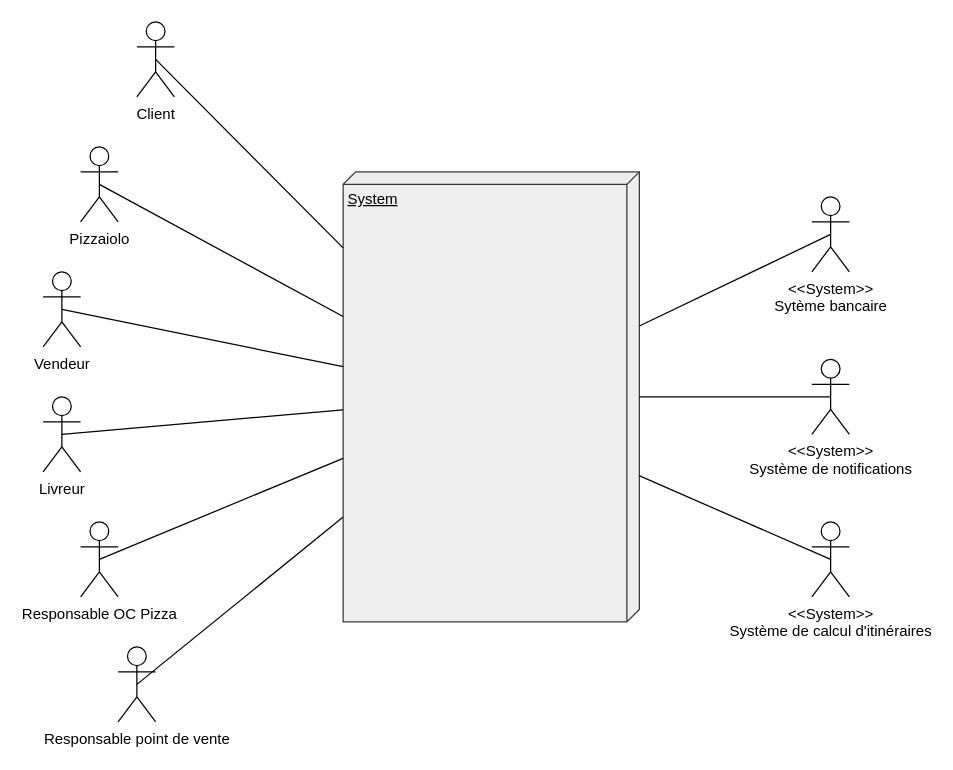
Above: Diagramme de contexte.drawio in vinsbld/OCP (draw.io), before the change. Source tidied: cells renumbered, new cells numbered last; positions are measured from the earlier drawing's top-left corner, leaving out a move shared by most shapes. Both pictures are drawn from the tidied source at 125%, with x=0, y=0 at pixel (42, 21).
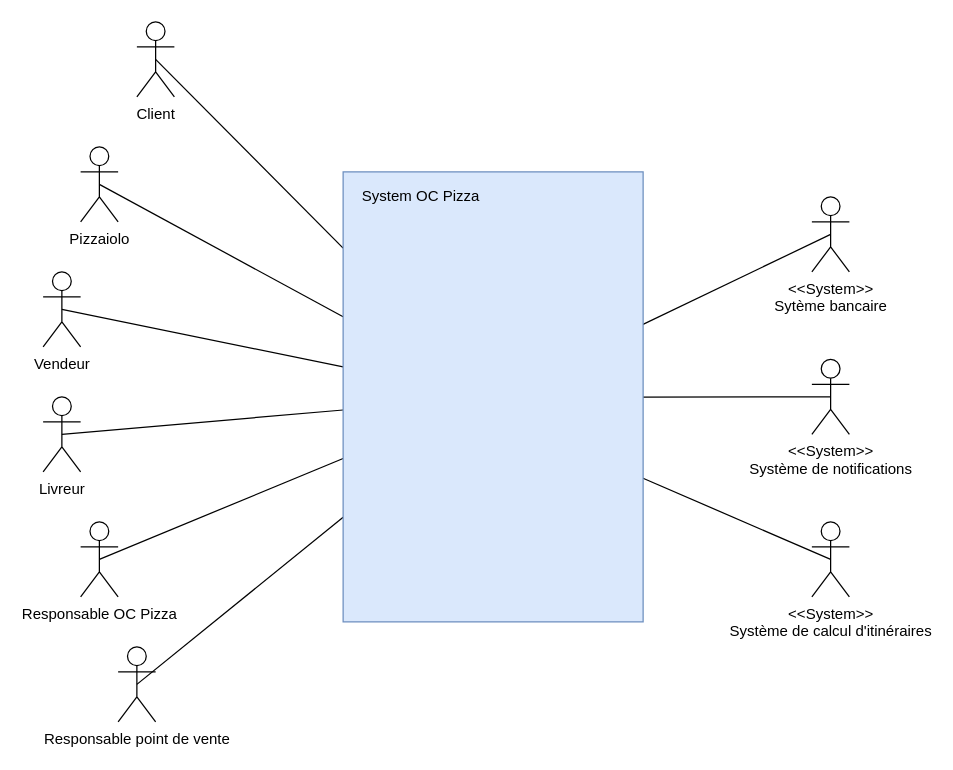
Above is the later version.

Unchanged cells that the change refers to:
```xml
<mxCell id="3" value="Client" style="shape=umlActor;verticalLabelPosition=bottom;labelBackgroundColor=#ffffff;verticalAlign=top;html=1;outlineConnect=0;" parent="1" vertex="1">
  <mxGeometry x="75" width="30" height="60" as="geometry" />
</mxCell>
<mxCell id="4" value="Responsable OC Pizza" style="shape=umlActor;verticalLabelPosition=bottom;labelBackgroundColor=#ffffff;verticalAlign=top;html=1;outlineConnect=0;" parent="1" vertex="1">
  <mxGeometry x="30" y="400" width="30" height="60" as="geometry" />
</mxCell>
<mxCell id="5" value="Responsable point de vente" style="shape=umlActor;verticalLabelPosition=bottom;labelBackgroundColor=#ffffff;verticalAlign=top;html=1;outlineConnect=0;" parent="1" vertex="1">
  <mxGeometry x="60" y="500" width="30" height="60" as="geometry" />
</mxCell>
<mxCell id="6" value="Pizzaiolo" style="shape=umlActor;verticalLabelPosition=bottom;labelBackgroundColor=#ffffff;verticalAlign=top;html=1;outlineConnect=0;" parent="1" vertex="1">
  <mxGeometry x="30" y="100" width="30" height="60" as="geometry" />
</mxCell>
<mxCell id="7" value="Vendeur" style="shape=umlActor;verticalLabelPosition=bottom;labelBackgroundColor=#ffffff;verticalAlign=top;html=1;outlineConnect=0;" parent="1" vertex="1">
  <mxGeometry y="200" width="30" height="60" as="geometry" />
</mxCell>
<mxCell id="8" value="Livreur" style="shape=umlActor;verticalLabelPosition=bottom;labelBackgroundColor=#ffffff;verticalAlign=top;html=1;outlineConnect=0;" parent="1" vertex="1">
  <mxGeometry y="300" width="30" height="60" as="geometry" />
</mxCell>
<mxCell id="9" value="&lt;div&gt;&amp;lt;&amp;lt;System&amp;gt;&amp;gt;&lt;/div&gt;&lt;div&gt;Sytème bancaire&lt;br&gt;&lt;/div&gt;" style="shape=umlActor;verticalLabelPosition=bottom;labelBackgroundColor=#ffffff;verticalAlign=top;html=1;outlineConnect=0;" parent="1" vertex="1">
  <mxGeometry x="615" y="140" width="30" height="60" as="geometry" />
</mxCell>
<mxCell id="10" value="&lt;div&gt;&amp;lt;&amp;lt;System&amp;gt;&amp;gt;&lt;/div&gt;&lt;div&gt;Système de notifications&lt;br&gt;&lt;/div&gt;" style="shape=umlActor;verticalLabelPosition=bottom;labelBackgroundColor=#ffffff;verticalAlign=top;html=1;outlineConnect=0;" parent="1" vertex="1">
  <mxGeometry x="615" y="270" width="30" height="60" as="geometry" />
</mxCell>
<mxCell id="19" value="&lt;div&gt;&amp;lt;&amp;lt;System&amp;gt;&amp;gt;&lt;/div&gt;&lt;div&gt;Système de calcul d'itinéraires&lt;br&gt;&lt;/div&gt;" style="shape=umlActor;verticalLabelPosition=bottom;labelBackgroundColor=#ffffff;verticalAlign=top;html=1;outlineConnect=0;" parent="1" vertex="1">
  <mxGeometry x="615" y="400" width="30" height="60" as="geometry" />
</mxCell>
```

Change to the diagram source:
```diff
@@
-    <mxCell id="2" value="System" style="verticalAlign=top;align=left;spacingTop=8;spacingLeft=2;spacingRight=12;shape=cube;size=10;direction=south;fontStyle=4;html=1;fillColor=#eeeeee;strokeColor=#36393d;" parent="1" vertex="1">
-      <mxGeometry x="240" y="120" width="237" height="360" as="geometry" />
-    </mxCell>
@@
-    <mxCell id="11" style="endArrow=none;html=1;exitX=0.5;exitY=0.5;exitDx=0;exitDy=0;exitPerimeter=0;" parent="1" edge="1" source="3" target="2">
-      <mxGeometry relative="1" as="geometry" />
+    <mxCell id="11" style="endArrow=none;html=1;exitX=0.5;exitY=0.5;exitDx=0;exitDy=0;exitPerimeter=0;" parent="1" edge="1" source="3">
+      <mxGeometry relative="1" as="geometry">
+        <mxPoint x="240" y="181" as="targetPoint" />
+      </mxGeometry>
     </mxCell>
-    <mxCell id="12" style="endArrow=none;html=1;exitX=0.5;exitY=0.5;exitDx=0;exitDy=0;exitPerimeter=0;" parent="1" edge="1" source="6" target="2">
-      <mxGeometry relative="1" as="geometry" />
+    <mxCell id="12" style="endArrow=none;html=1;exitX=0.5;exitY=0.5;exitDx=0;exitDy=0;exitPerimeter=0;" parent="1" edge="1" source="6">
+      <mxGeometry relative="1" as="geometry">
+        <mxPoint x="240" y="235.9" as="targetPoint" />
+      </mxGeometry>
     </mxCell>
-    <mxCell id="13" style="endArrow=none;html=1;exitX=0.5;exitY=0.5;exitDx=0;exitDy=0;exitPerimeter=0;" parent="1" edge="1" source="7" target="2">
-      <mxGeometry relative="1" as="geometry" />
+    <mxCell id="13" style="endArrow=none;html=1;exitX=0.5;exitY=0.5;exitDx=0;exitDy=0;exitPerimeter=0;" parent="1" edge="1" source="7">
+      <mxGeometry relative="1" as="geometry">
+        <mxPoint x="240" y="276" as="targetPoint" />
+      </mxGeometry>
     </mxCell>
-    <mxCell id="14" style="endArrow=none;html=1;exitX=0.5;exitY=0.5;exitDx=0;exitDy=0;exitPerimeter=0;" parent="1" edge="1" source="8" target="2">
-      <mxGeometry relative="1" as="geometry" />
+    <mxCell id="14" style="endArrow=none;html=1;exitX=0.5;exitY=0.5;exitDx=0;exitDy=0;exitPerimeter=0;" parent="1" edge="1" source="8">
+      <mxGeometry relative="1" as="geometry">
+        <mxPoint x="240" y="310.5" as="targetPoint" />
+      </mxGeometry>
     </mxCell>
-    <mxCell id="15" style="endArrow=none;html=1;exitX=0.5;exitY=0.5;exitDx=0;exitDy=0;exitPerimeter=0;" parent="1" edge="1" source="4" target="2">
-      <mxGeometry relative="1" as="geometry" />
+    <mxCell id="15" style="endArrow=none;html=1;exitX=0.5;exitY=0.5;exitDx=0;exitDy=0;exitPerimeter=0;" parent="1" edge="1" source="4">
+      <mxGeometry relative="1" as="geometry">
+        <mxPoint x="240" y="349.3" as="targetPoint" />
+      </mxGeometry>
     </mxCell>
-    <mxCell id="16" style="endArrow=none;html=1;exitX=0.5;exitY=0.5;exitDx=0;exitDy=0;exitPerimeter=0;" parent="1" edge="1" source="5" target="2">
-      <mxGeometry relative="1" as="geometry" />
+    <mxCell id="16" style="endArrow=none;html=1;exitX=0.5;exitY=0.5;exitDx=0;exitDy=0;exitPerimeter=0;" parent="1" edge="1" source="5">
+      <mxGeometry relative="1" as="geometry">
+        <mxPoint x="240" y="396.3" as="targetPoint" />
+      </mxGeometry>
     </mxCell>
-    <mxCell id="17" style="endArrow=none;html=1;entryX=0.5;entryY=0.5;entryDx=0;entryDy=0;entryPerimeter=0;" parent="1" edge="1" source="2" target="9">
-      <mxGeometry relative="1" as="geometry" />
+    <mxCell id="17" style="endArrow=none;html=1;entryX=0.5;entryY=0.5;entryDx=0;entryDy=0;entryPerimeter=0;" parent="1" edge="1" target="9">
+      <mxGeometry relative="1" as="geometry">
+        <mxPoint x="477" y="243.4" as="sourcePoint" />
+      </mxGeometry>
     </mxCell>
-    <mxCell id="18" style="endArrow=none;html=1;entryX=0.5;entryY=0.5;entryDx=0;entryDy=0;entryPerimeter=0;" parent="1" edge="1" source="2" target="10">
-      <mxGeometry relative="1" as="geometry" />
+    <mxCell id="18" style="endArrow=none;html=1;entryX=0.5;entryY=0.5;entryDx=0;entryDy=0;entryPerimeter=0;" parent="1" edge="1" target="10">
+      <mxGeometry relative="1" as="geometry">
+        <mxPoint x="477" y="300.1" as="sourcePoint" />
+      </mxGeometry>
     </mxCell>
@@
-    <mxCell id="20" style="endArrow=none;html=1;exitX=0.5;exitY=0.5;exitDx=0;exitDy=0;exitPerimeter=0;entryX=0.675;entryY=0.001;entryDx=0;entryDy=0;entryPerimeter=0;" parent="1" edge="1" source="19" target="2">
-      <mxGeometry relative="1" as="geometry" />
+    <mxCell id="20" style="endArrow=none;html=1;exitX=0.5;exitY=0.5;exitDx=0;exitDy=0;exitPerimeter=0;entryX=0.675;entryY=0.001;entryDx=0;entryDy=0;entryPerimeter=0;" parent="1" edge="1" source="19">
+      <mxGeometry relative="1" as="geometry">
+        <mxPoint x="476.7" y="363.7" as="targetPoint" />
+      </mxGeometry>
     </mxCell>
+    <mxCell id="21" style="rounded=0;whiteSpace=wrap;html=1;fillColor=#dae8fc;strokeColor=#6c8ebf;" parent="1" vertex="1">
+      <mxGeometry x="240" y="120" width="240" height="360" as="geometry" />
+    </mxCell>
+    <mxCell id="22" value="System OC Pizza" style="text;html=1;strokeColor=none;fillColor=none;align=center;verticalAlign=middle;whiteSpace=wrap;rounded=0;" parent="1" vertex="1">
+      <mxGeometry x="245" y="130" width="115" height="20" as="geometry" />
+    </mxCell>
```
